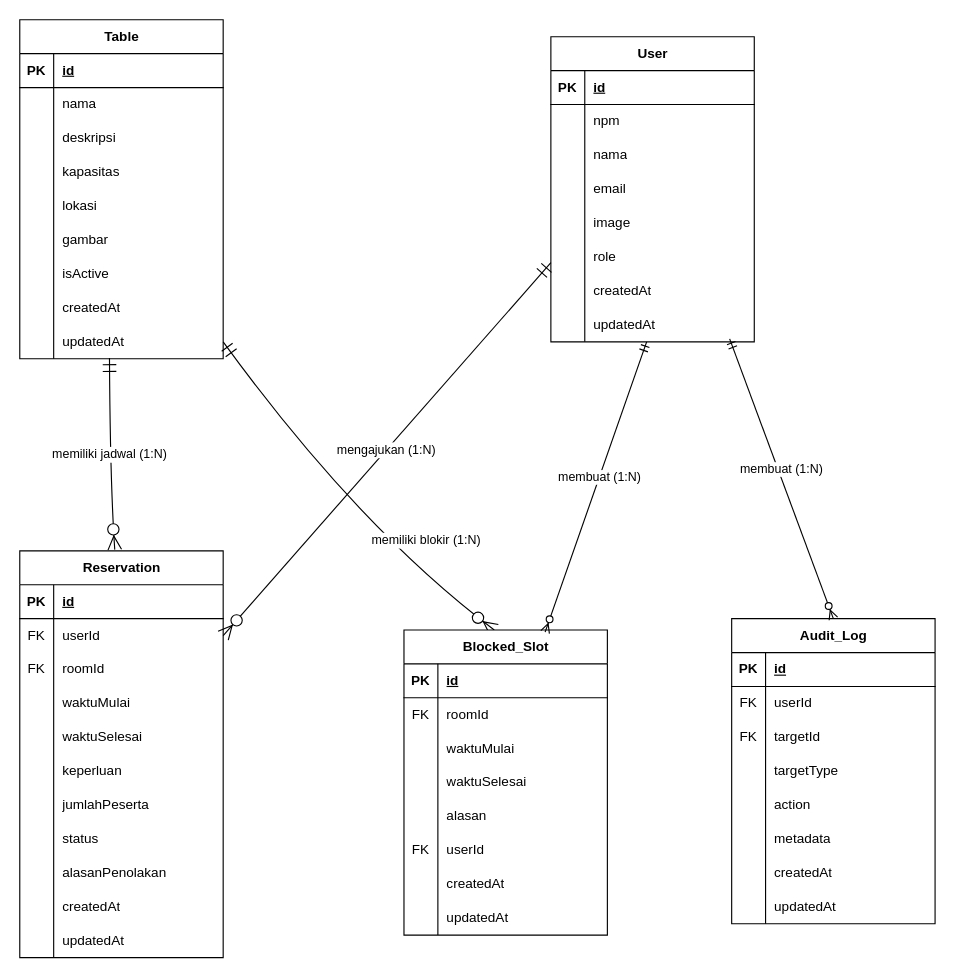
Earlier version of the draw.io diagram perancangan/erd-update.drawio (Dho99/reservasi-ruangan). Source tidied: cells renumbered, new cells numbered last; positions are measured from the earlier drawing's top-left corner, leaving out a move shared by most shapes. Both pictures are drawn from the tidied source at 113%, with x=0, y=0 at pixel (19, 19).
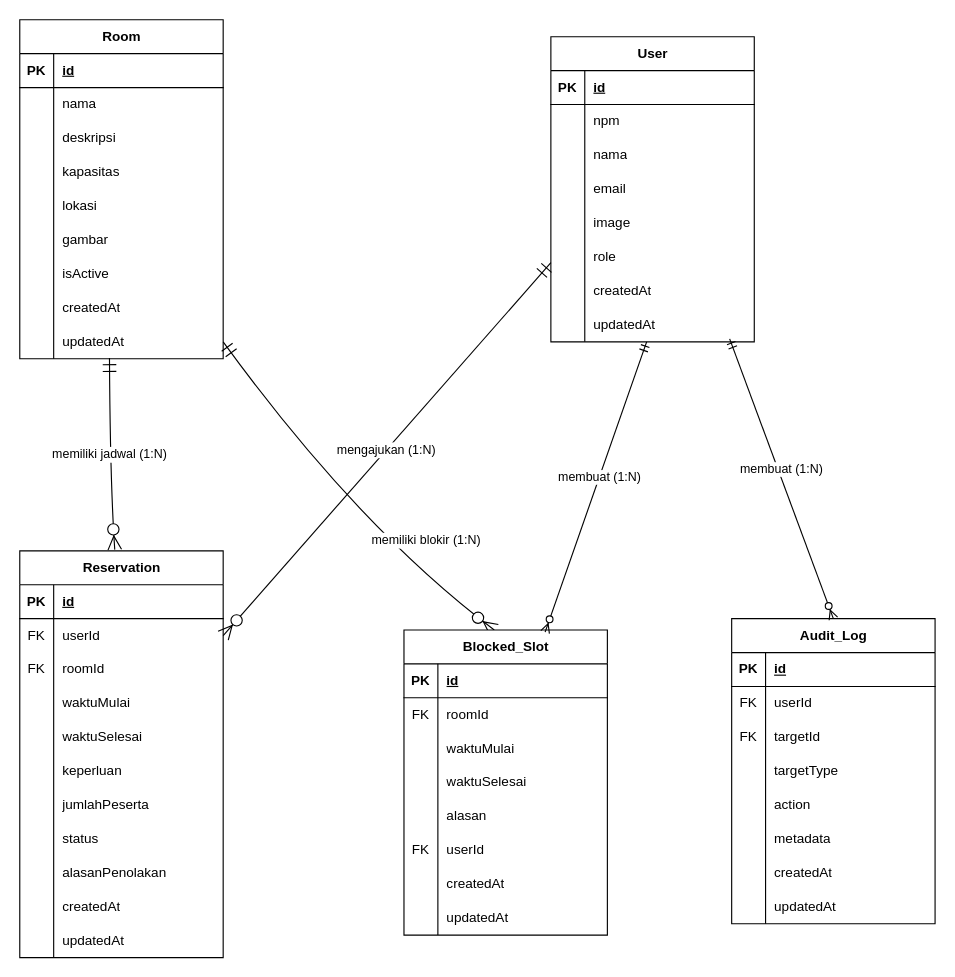
The same page after the edit.

Change to the diagram source:
```diff
@@
-    <mxCell id="5" value="Table" style="shape=table;startSize=30;childLayout=tableLayout;rowLines=0;fontStyle=1;align=center;html=1;" parent="1" vertex="1">
+    <mxCell id="5" value="Room" style="shape=table;startSize=30;childLayout=tableLayout;rowLines=0;fontStyle=1;align=center;html=1;" parent="1" vertex="1">
       <mxGeometry width="180" height="300" as="geometry" />
     </mxCell>
```
